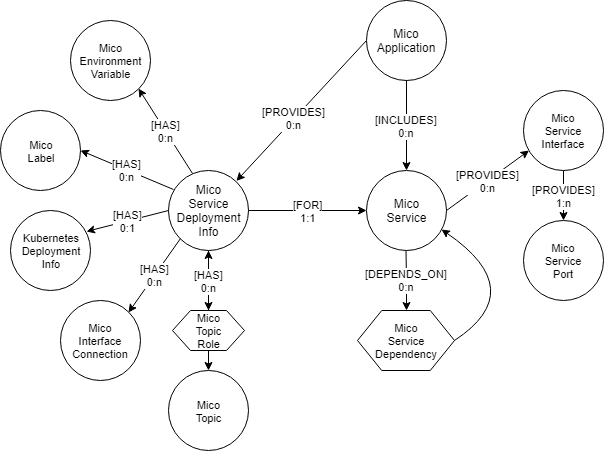
Before: res/MICO-NodesAndRelationships.png, a diagram exported from draw.io (UST-MICO/docs). Source tidied: cells renumbered, new cells last; positions are measured from the earlier drawing's top-left corner, leaving out a move shared by most shapes.
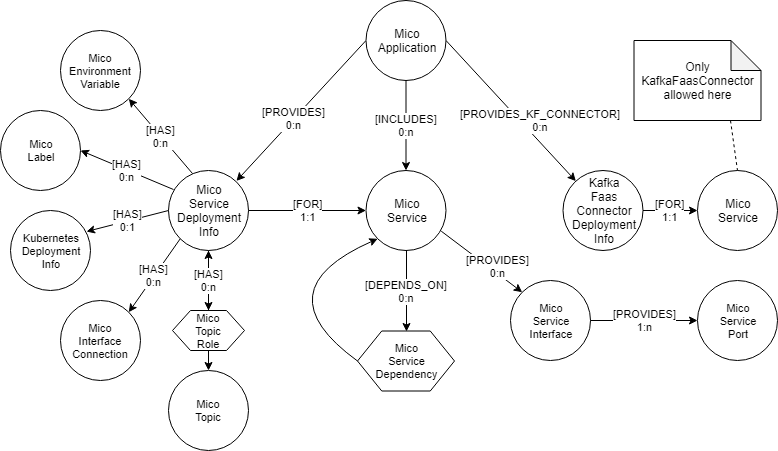
After the change.

Commit message:
Update diagram about nodes and relationships

Add KafkaFaasConnectorDeploymentInfo

Change to the diagram source:
```diff
@@ -2,6 +2,9 @@
   <root>
     <mxCell id="0" />
     <mxCell id="1" parent="0" />
+    <mxCell id="20" value="[PROVIDES]&lt;br&gt;0:n&lt;br&gt;" style="endArrow=classic;html=1;fontSize=11;exitX=0.94;exitY=0.758;exitDx=0;exitDy=0;entryX=0;entryY=0;entryDx=0;entryDy=0;exitPerimeter=0;" parent="1" edge="1" source="6" target="19">
+      <mxGeometry x="0.32" y="6" relative="1" as="geometry" />
+    </mxCell>
     <mxCell id="2" value="[PROVIDES]&lt;br&gt;0:n&lt;br&gt;" style="rounded=0;jettySize=auto;html=1;fontSize=11;exitX=0;exitY=0.5;exitDx=0;exitDy=0;" parent="1" edge="1" source="3">
       <mxGeometry x="0.1" y="-1" relative="1" as="geometry">
         <mxPoint x="236" y="180.4" as="targetPoint" />
@@ -24,7 +27,7 @@
       <mxGeometry relative="1" as="geometry" />
     </mxCell>
     <mxCell id="8" value="Mico&lt;br&gt;Environment&lt;br&gt;Variable&lt;br&gt;" style="ellipse;whiteSpace=wrap;html=1;fontSize=11;" parent="1" vertex="1">
-      <mxGeometry x="70" y="20" width="80" height="80" as="geometry" />
+      <mxGeometry x="60" y="30" width="80" height="80" as="geometry" />
     </mxCell>
     <mxCell id="9" value="[HAS]&lt;br&gt;0:n&lt;br&gt;" style="endArrow=classic;html=1;fontSize=11;exitX=0.3;exitY=0.038;exitDx=0;exitDy=0;entryX=1;entryY=1;entryDx=0;entryDy=0;exitPerimeter=0;" parent="1" edge="1" source="4" target="8">
       <mxGeometry relative="1" as="geometry" />
@@ -41,12 +44,6 @@
     <mxCell id="13" style="endArrow=classic;html=1;fontSize=11;exitX=0.5;exitY=1;exitDx=0;exitDy=0;entryX=0.5;entryY=0;entryDx=0;entryDy=0;" parent="1" edge="1" source="17" target="12">
       <mxGeometry relative="1" as="geometry" />
     </mxCell>
-    <mxCell id="14" value="[DEPENDS_ON]&lt;br&gt;0:n&lt;br style=&quot;font-size: 11px&quot;&gt;" style="edgeStyle=orthogonalEdgeStyle;rounded=0;jettySize=auto;html=1;fontSize=11;entryX=0.5;entryY=0;entryDx=0;entryDy=0;" parent="1" edge="1" source="6" target="15">
-      <mxGeometry relative="1" as="geometry" />
-    </mxCell>
-    <mxCell id="15" value="Mico&lt;br&gt;Service&lt;br&gt;Dependency&lt;br&gt;" style="shape=hexagon;perimeter=hexagonPerimeter2;whiteSpace=wrap;html=1;fontSize=11;" parent="1" vertex="1">
-      <mxGeometry x="357" y="310" width="97" height="60" as="geometry" />
-    </mxCell>
     <mxCell id="16" style="edgeStyle=orthogonalEdgeStyle;rounded=0;jettySize=auto;html=1;" parent="1" edge="1" source="17" target="4">
       <mxGeometry relative="1" as="geometry" />
     </mxCell>
@@ -57,17 +54,12 @@
       <mxGeometry relative="1" as="geometry" />
     </mxCell>
     <mxCell id="19" value="Mico&lt;br&gt;Service&lt;br&gt;Interface&lt;br&gt;" style="ellipse;whiteSpace=wrap;html=1;rounded=0;shadow=0;comic=0;gradientColor=none;fontSize=11;" parent="1" vertex="1">
-      <mxGeometry x="522.5" y="90" width="80" height="80" as="geometry" />
+      <mxGeometry x="510" y="280" width="80" height="80" as="geometry" />
     </mxCell>
-    <mxCell id="20" value="[PROVIDES]&lt;br&gt;0:n&lt;br&gt;" style="endArrow=classic;html=1;fontSize=11;exitX=1;exitY=0.5;exitDx=0;exitDy=0;" parent="1" edge="1" source="6">
-      <mxGeometry relative="1" as="geometry">
-        <mxPoint x="528.5" y="150" as="targetPoint" />
-      </mxGeometry>
-    </mxCell>
     <mxCell id="21" value="Mico&lt;br&gt;Service&lt;br&gt;Port" style="ellipse;whiteSpace=wrap;html=1;rounded=0;shadow=0;comic=0;gradientColor=none;fontSize=11;" parent="1" vertex="1">
-      <mxGeometry x="522.5" y="220" width="80" height="80" as="geometry" />
+      <mxGeometry x="697" y="280" width="80" height="80" as="geometry" />
     </mxCell>
-    <mxCell id="22" value="[PROVIDES]&lt;br&gt;1:n&lt;br&gt;" style="endArrow=classic;html=1;fontSize=11;entryX=0.5;entryY=0;entryDx=0;entryDy=0;exitX=0.5;exitY=1;exitDx=0;exitDy=0;" parent="1" edge="1" source="19" target="21">
+    <mxCell id="22" value="[PROVIDES]&lt;br&gt;1:n&lt;br&gt;" style="endArrow=classic;html=1;fontSize=11;entryX=0;entryY=0.5;entryDx=0;entryDy=0;exitX=1;exitY=0.5;exitDx=0;exitDy=0;" parent="1" edge="1" source="19" target="21">
       <mxGeometry relative="1" as="geometry" />
     </mxCell>
     <mxCell id="23" value="Kubernetes&lt;br&gt;Deployment&lt;br&gt;Info&lt;br&gt;" style="ellipse;whiteSpace=wrap;html=1;rounded=0;shadow=0;comic=0;gradientColor=none;fontSize=11;" parent="1" vertex="1">
@@ -82,10 +74,36 @@
     <mxCell id="26" value="[HAS]&lt;br&gt;0:n&lt;br&gt;" style="endArrow=classic;html=1;fontSize=11;exitX=0;exitY=1;exitDx=0;exitDy=0;entryX=1;entryY=0;entryDx=0;entryDy=0;" parent="1" edge="1" source="4" target="24">
       <mxGeometry relative="1" as="geometry" />
     </mxCell>
+    <mxCell id="28" value="Kafka&lt;br&gt;Faas&lt;br&gt;Connector&lt;br&gt;Deployment&lt;br&gt;Info" style="ellipse;whiteSpace=wrap;html=1;" parent="1" vertex="1">
+      <mxGeometry x="562.5" y="170" width="80" height="80" as="geometry" />
+    </mxCell>
+    <mxCell id="29" value="[FOR]&lt;br&gt;1:1" style="endArrow=classic;html=1;fontSize=11;exitX=1;exitY=0.5;exitDx=0;exitDy=0;entryX=0;entryY=0.5;entryDx=0;entryDy=0;" parent="1" edge="1" source="28" target="30">
+      <mxGeometry relative="1" as="geometry" />
+    </mxCell>
+    <mxCell id="30" value="Mico&lt;br&gt;Service" style="ellipse;whiteSpace=wrap;html=1;" parent="1" vertex="1">
+      <mxGeometry x="697" y="170" width="80" height="80" as="geometry" />
+    </mxCell>
+    <mxCell id="31" value="[PROVIDES_KF_CONNECTOR]&lt;br&gt;0:n" style="rounded=0;jettySize=auto;html=1;fontSize=11;exitX=1;exitY=0.5;exitDx=0;exitDy=0;" parent="1" edge="1" source="3" target="28">
+      <mxGeometry x="0.28" y="15" relative="1" as="geometry" />
+    </mxCell>
+    <mxCell id="32" value="Only KafkaFaasConnector allowed here" style="shape=note;whiteSpace=wrap;html=1;backgroundOutline=1;darkOpacity=0.05;" parent="1" vertex="1">
+      <mxGeometry x="633.5" y="40" width="127" height="80" as="geometry" />
+    </mxCell>
+    <mxCell id="33" style="endArrow=none;dashed=1;html=1;entryX=0.5;entryY=0;entryDx=0;entryDy=0;" parent="1" edge="1" target="30">
+      <mxGeometry relative="1" as="geometry">
+        <mxPoint x="730" y="120" as="sourcePoint" />
+      </mxGeometry>
+    </mxCell>
+    <mxCell id="14" value="[DEPENDS_ON]&lt;br&gt;0:n&lt;br style=&quot;font-size: 11px&quot;&gt;" style="edgeStyle=orthogonalEdgeStyle;rounded=0;jettySize=auto;html=1;fontSize=11;entryX=0.5;entryY=0;entryDx=0;entryDy=0;exitX=0.5;exitY=1;exitDx=0;exitDy=0;" parent="1" edge="1" source="6" target="15">
+      <mxGeometry relative="1" as="geometry" />
+    </mxCell>
+    <mxCell id="15" value="Mico&lt;br&gt;Service&lt;br&gt;Dependency&lt;br&gt;" style="shape=hexagon;perimeter=hexagonPerimeter2;whiteSpace=wrap;html=1;fontSize=11;" parent="1" vertex="1">
+      <mxGeometry x="357" y="330.5" width="97" height="60" as="geometry" />
+    </mxCell>
-    <mxCell id="27" style="curved=1;endArrow=classic;html=1;exitX=1;exitY=0.5;exitDx=0;exitDy=0;entryX=0.94;entryY=0.742;entryDx=0;entryDy=0;entryPerimeter=0;" parent="1" edge="1" source="15" target="6">
+    <mxCell id="27" style="curved=1;endArrow=classic;html=1;exitX=0;exitY=0.5;exitDx=0;exitDy=0;entryX=0;entryY=1;entryDx=0;entryDy=0;" parent="1" edge="1" source="15" target="6">
       <mxGeometry relative="1" as="geometry">
         <Array as="points">
-          <mxPoint x="530" y="290" />
+          <mxPoint x="260" y="290" />
         </Array>
       </mxGeometry>
     </mxCell>
```
